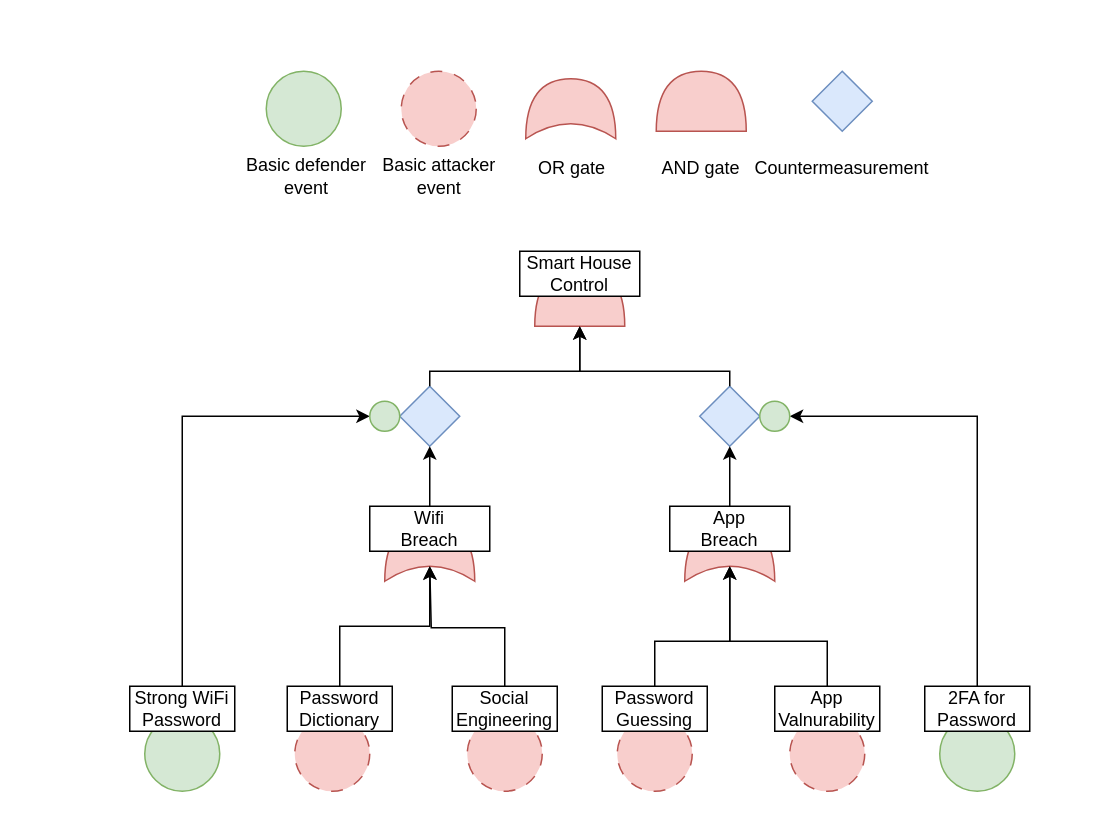
AplyQ8/SUBD keeps this draw.io diagram as Trivial_ADT_example.drawio. Above is the earlier version. Source tidied: cells renumbered, new cells numbered last; positions are measured from the earlier drawing's top-left corner, leaving out a move shared by most shapes. Both pictures are drawn from the tidied source at 150%, with x=0, y=0 at pixel (129, 56).
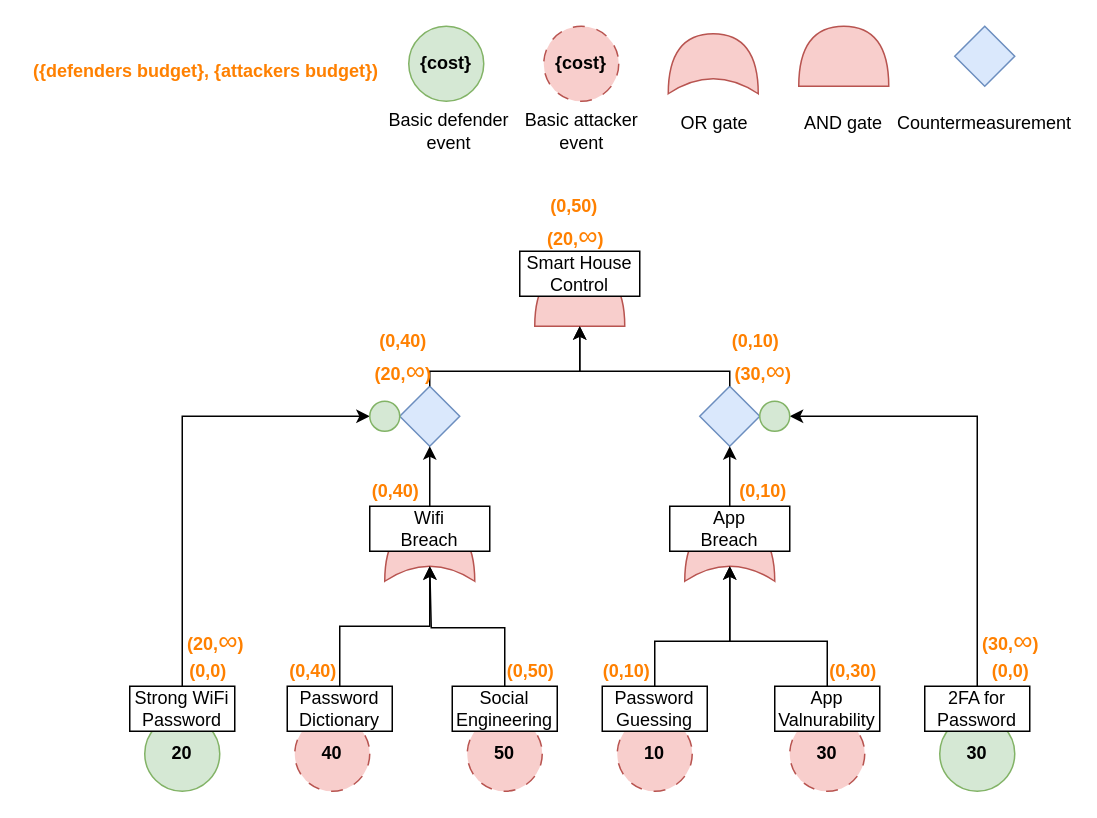
The same page after the edit.

What changed in the source:
```diff
@@
     <mxCell id="43" style="ellipse;whiteSpace=wrap;html=1;fillColor=#d5e8d4;strokeColor=#82b366;" parent="1" vertex="1">
-      <mxGeometry x="91" y="10" width="50" height="50" as="geometry" />
+      <mxGeometry x="186" y="-20" width="50" height="50" as="geometry" />
     </mxCell>
     <mxCell id="44" style="ellipse;whiteSpace=wrap;html=1;dashed=1;dashPattern=8 8;fillColor=#f8cecc;strokeColor=#b85450;" parent="1" vertex="1">
-      <mxGeometry x="181" y="10" width="50" height="50" as="geometry" />
+      <mxGeometry x="276" y="-20" width="50" height="50" as="geometry" />
     </mxCell>
     <mxCell id="45" style="shape=xor;whiteSpace=wrap;html=1;rotation=-90;fillColor=#f8cecc;strokeColor=#b85450;" parent="1" vertex="1">
-      <mxGeometry x="274" y="5" width="40" height="60" as="geometry" />
+      <mxGeometry x="369" y="-25" width="40" height="60" as="geometry" />
     </mxCell>
     <mxCell id="46" style="rhombus;whiteSpace=wrap;html=1;fillColor=#dae8fc;strokeColor=#6c8ebf;" parent="1" vertex="1">
-      <mxGeometry x="455" y="10" width="40" height="40" as="geometry" />
+      <mxGeometry x="550" y="-20" width="40" height="40" as="geometry" />
     </mxCell>
     <mxCell id="47" style="shape=or;whiteSpace=wrap;html=1;rotation=-90;fillColor=#f8cecc;strokeColor=#b85450;" parent="1" vertex="1">
-      <mxGeometry x="361" width="40" height="60" as="geometry" />
+      <mxGeometry x="456" y="-30" width="40" height="60" as="geometry" />
     </mxCell>
     <mxCell id="48" value="Basic defender event" style="text;html=1;align=center;verticalAlign=middle;whiteSpace=wrap;rounded=0;" parent="1" vertex="1">
-      <mxGeometry x="76" y="65" width="84" height="30" as="geometry" />
+      <mxGeometry x="171" y="35" width="84" height="30" as="geometry" />
     </mxCell>
     <mxCell id="49" value="Basic attacker event" style="text;html=1;align=center;verticalAlign=middle;whiteSpace=wrap;rounded=0;" parent="1" vertex="1">
-      <mxGeometry x="163.5" y="65" width="85" height="30" as="geometry" />
+      <mxGeometry x="258.5" y="35" width="85" height="30" as="geometry" />
     </mxCell>
     <mxCell id="50" value="OR gate" style="text;html=1;align=center;verticalAlign=middle;whiteSpace=wrap;rounded=0;" parent="1" vertex="1">
-      <mxGeometry x="265" y="60" width="60" height="30" as="geometry" />
+      <mxGeometry x="360" y="30" width="60" height="30" as="geometry" />
     </mxCell>
     <mxCell id="51" value="AND gate" style="text;html=1;align=center;verticalAlign=middle;whiteSpace=wrap;rounded=0;" parent="1" vertex="1">
-      <mxGeometry x="351" y="60" width="60" height="30" as="geometry" />
+      <mxGeometry x="446" y="30" width="60" height="30" as="geometry" />
     </mxCell>
     <mxCell id="52" value="Countermeasurement" style="text;html=1;align=center;verticalAlign=middle;whiteSpace=wrap;rounded=0;" parent="1" vertex="1">
-      <mxGeometry x="445" y="60" width="60" height="30" as="geometry" />
+      <mxGeometry x="540" y="30" width="60" height="30" as="geometry" />
     </mxCell>
+    <mxCell id="53" value="{cost}" style="text;html=1;align=center;verticalAlign=middle;whiteSpace=wrap;rounded=0;fontStyle=1;" parent="1" vertex="1">
+      <mxGeometry x="181" y="-10" width="60" height="30" as="geometry" />
+    </mxCell>
+    <mxCell id="54" value="{cost}" style="text;html=1;align=center;verticalAlign=middle;whiteSpace=wrap;rounded=0;fontStyle=1;" parent="1" vertex="1">
+      <mxGeometry x="271" y="-10" width="60" height="30" as="geometry" />
+    </mxCell>
+    <mxCell id="55" value="&lt;b&gt;&lt;font style=&quot;color: rgb(255, 128, 0);&quot;&gt;({defenders budget}, {attackers budget})&lt;/font&gt;&lt;/b&gt;" style="text;html=1;align=center;verticalAlign=middle;whiteSpace=wrap;rounded=0;" parent="1" vertex="1">
+      <mxGeometry x="-69" y="-10" width="240" height="40" as="geometry" />
+    </mxCell>
+    <mxCell id="56" value="20" style="text;html=1;align=center;verticalAlign=middle;whiteSpace=wrap;rounded=0;fontStyle=1;" parent="1" vertex="1">
+      <mxGeometry x="5" y="450" width="60" height="30" as="geometry" />
+    </mxCell>
+    <mxCell id="57" value="30" style="text;html=1;align=center;verticalAlign=middle;whiteSpace=wrap;rounded=0;fontStyle=1;" parent="1" vertex="1">
+      <mxGeometry x="535" y="450" width="60" height="30" as="geometry" />
+    </mxCell>
+    <mxCell id="58" value="40" style="text;html=1;align=center;verticalAlign=middle;whiteSpace=wrap;rounded=0;fontStyle=1;" parent="1" vertex="1">
+      <mxGeometry x="105" y="450" width="60" height="30" as="geometry" />
+    </mxCell>
+    <mxCell id="59" value="50" style="text;html=1;align=center;verticalAlign=middle;whiteSpace=wrap;rounded=0;fontStyle=1;" parent="1" vertex="1">
+      <mxGeometry x="220" y="450" width="60" height="30" as="geometry" />
+    </mxCell>
+    <mxCell id="60" value="10" style="text;html=1;align=center;verticalAlign=middle;whiteSpace=wrap;rounded=0;fontStyle=1;" parent="1" vertex="1">
+      <mxGeometry x="320" y="450" width="60" height="30" as="geometry" />
+    </mxCell>
+    <mxCell id="61" value="30" style="text;html=1;align=center;verticalAlign=middle;whiteSpace=wrap;rounded=0;fontStyle=1;" parent="1" vertex="1">
+      <mxGeometry x="435" y="450" width="60" height="30" as="geometry" />
+    </mxCell>
+    <mxCell id="62" value="&lt;b&gt;&lt;font style=&quot;color: rgb(255, 128, 0);&quot;&gt;(0,40)&lt;/font&gt;&lt;/b&gt;" style="text;html=1;align=center;verticalAlign=middle;whiteSpace=wrap;rounded=0;" parent="1" vertex="1">
+      <mxGeometry x="105" y="390" width="35" height="40" as="geometry" />
+    </mxCell>
+    <mxCell id="63" value="&lt;b&gt;&lt;font style=&quot;color: rgb(255, 128, 0);&quot;&gt;(0,50)&lt;/font&gt;&lt;/b&gt;" style="text;html=1;align=center;verticalAlign=middle;whiteSpace=wrap;rounded=0;" parent="1" vertex="1">
+      <mxGeometry x="250" y="390" width="35" height="40" as="geometry" />
+    </mxCell>
+    <mxCell id="64" value="&lt;b&gt;&lt;font style=&quot;color: rgb(255, 128, 0);&quot;&gt;(0,10)&lt;/font&gt;&lt;/b&gt;" style="text;html=1;align=center;verticalAlign=middle;whiteSpace=wrap;rounded=0;" parent="1" vertex="1">
+      <mxGeometry x="314" y="390" width="35" height="40" as="geometry" />
+    </mxCell>
+    <mxCell id="65" value="&lt;b&gt;&lt;font style=&quot;color: rgb(255, 128, 0);&quot;&gt;(0,30)&lt;/font&gt;&lt;/b&gt;" style="text;html=1;align=center;verticalAlign=middle;whiteSpace=wrap;rounded=0;" parent="1" vertex="1">
+      <mxGeometry x="465" y="390" width="35" height="40" as="geometry" />
+    </mxCell>
+    <mxCell id="66" value="&lt;b&gt;&lt;font style=&quot;color: rgb(255, 128, 0);&quot;&gt;(0,40)&lt;/font&gt;&lt;/b&gt;" style="text;html=1;align=center;verticalAlign=middle;whiteSpace=wrap;rounded=0;" parent="1" vertex="1">
+      <mxGeometry x="160" y="270" width="35" height="40" as="geometry" />
+    </mxCell>
+    <mxCell id="67" value="&lt;b&gt;&lt;font style=&quot;color: rgb(255, 128, 0);&quot;&gt;(0,10)&lt;/font&gt;&lt;/b&gt;" style="text;html=1;align=center;verticalAlign=middle;whiteSpace=wrap;rounded=0;" parent="1" vertex="1">
+      <mxGeometry x="405" y="270" width="35" height="40" as="geometry" />
+    </mxCell>
+    <mxCell id="68" value="&lt;b&gt;&lt;font style=&quot;color: rgb(255, 128, 0);&quot;&gt;(0,40)&lt;/font&gt;&lt;/b&gt;" style="text;html=1;align=center;verticalAlign=middle;whiteSpace=wrap;rounded=0;" parent="1" vertex="1">
+      <mxGeometry x="165" y="170" width="35" height="40" as="geometry" />
+    </mxCell>
+    <mxCell id="69" value="&lt;b&gt;&lt;font style=&quot;color: rgb(255, 128, 0);&quot;&gt;(20,&lt;/font&gt;&lt;/b&gt;&lt;span style=&quot;font-size: 18px; text-align: start;&quot;&gt;&lt;font face=&quot;Helvetica&quot; style=&quot;color: rgb(255, 128, 0);&quot;&gt;∞&lt;/font&gt;&lt;/span&gt;&lt;b&gt;&lt;font style=&quot;color: rgb(255, 128, 0);&quot;&gt;)&lt;/font&gt;&lt;/b&gt;" style="text;html=1;align=center;verticalAlign=middle;whiteSpace=wrap;rounded=0;" parent="1" vertex="1">
+      <mxGeometry x="165" y="190" width="35" height="40" as="geometry" />
+    </mxCell>
+    <mxCell id="70" value="&lt;b&gt;&lt;font style=&quot;color: rgb(255, 128, 0);&quot;&gt;(0,10)&lt;/font&gt;&lt;/b&gt;" style="text;html=1;align=center;verticalAlign=middle;whiteSpace=wrap;rounded=0;" parent="1" vertex="1">
+      <mxGeometry x="400" y="170" width="35" height="40" as="geometry" />
+    </mxCell>
+    <mxCell id="71" value="&lt;b&gt;&lt;font style=&quot;color: rgb(255, 128, 0);&quot;&gt;(30,&lt;/font&gt;&lt;/b&gt;&lt;span style=&quot;font-size: 18px; text-align: start;&quot;&gt;&lt;font face=&quot;Helvetica&quot; style=&quot;color: rgb(255, 128, 0);&quot;&gt;∞&lt;/font&gt;&lt;/span&gt;&lt;b&gt;&lt;font style=&quot;color: rgb(255, 128, 0);&quot;&gt;)&lt;/font&gt;&lt;/b&gt;" style="text;html=1;align=center;verticalAlign=middle;whiteSpace=wrap;rounded=0;" parent="1" vertex="1">
+      <mxGeometry x="405" y="190" width="35" height="40" as="geometry" />
+    </mxCell>
+    <mxCell id="72" value="&lt;b&gt;&lt;font style=&quot;color: rgb(255, 128, 0);&quot;&gt;(0,50)&lt;/font&gt;&lt;/b&gt;" style="text;html=1;align=center;verticalAlign=middle;whiteSpace=wrap;rounded=0;" parent="1" vertex="1">
+      <mxGeometry x="279" y="80" width="35" height="40" as="geometry" />
+    </mxCell>
+    <mxCell id="73" value="&lt;b&gt;&lt;font style=&quot;color: rgb(255, 128, 0);&quot;&gt;(20,&lt;/font&gt;&lt;/b&gt;&lt;span style=&quot;font-size: 18px; text-align: start;&quot;&gt;&lt;font face=&quot;Helvetica&quot; style=&quot;color: rgb(255, 128, 0);&quot;&gt;∞&lt;/font&gt;&lt;/span&gt;&lt;b&gt;&lt;font style=&quot;color: rgb(255, 128, 0);&quot;&gt;)&lt;/font&gt;&lt;/b&gt;" style="text;html=1;align=center;verticalAlign=middle;whiteSpace=wrap;rounded=0;" parent="1" vertex="1">
+      <mxGeometry x="280" y="100" width="35" height="40" as="geometry" />
+    </mxCell>
+    <mxCell id="74" value="&lt;b&gt;&lt;font style=&quot;color: rgb(255, 128, 0);&quot;&gt;(0,0)&lt;/font&gt;&lt;/b&gt;" style="text;html=1;align=center;verticalAlign=middle;whiteSpace=wrap;rounded=0;" parent="1" vertex="1">
+      <mxGeometry x="35" y="390" width="35" height="40" as="geometry" />
+    </mxCell>
+    <mxCell id="75" value="&lt;b&gt;&lt;font style=&quot;color: rgb(255, 128, 0);&quot;&gt;(0,0)&lt;/font&gt;&lt;/b&gt;" style="text;html=1;align=center;verticalAlign=middle;whiteSpace=wrap;rounded=0;" parent="1" vertex="1">
+      <mxGeometry x="570" y="390" width="35" height="40" as="geometry" />
+    </mxCell>
+    <mxCell id="76" value="&lt;b&gt;&lt;font style=&quot;color: rgb(255, 128, 0);&quot;&gt;(20,&lt;/font&gt;&lt;/b&gt;&lt;span style=&quot;font-size: 18px; text-align: start;&quot;&gt;&lt;font face=&quot;Helvetica&quot; style=&quot;color: rgb(255, 128, 0);&quot;&gt;∞&lt;/font&gt;&lt;/span&gt;&lt;b&gt;&lt;font style=&quot;color: rgb(255, 128, 0);&quot;&gt;)&lt;/font&gt;&lt;/b&gt;" style="text;html=1;align=center;verticalAlign=middle;whiteSpace=wrap;rounded=0;" parent="1" vertex="1">
+      <mxGeometry x="40" y="370" width="35" height="40" as="geometry" />
+    </mxCell>
+    <mxCell id="77" value="&lt;b&gt;&lt;font style=&quot;color: rgb(255, 128, 0);&quot;&gt;(30,&lt;/font&gt;&lt;/b&gt;&lt;span style=&quot;font-size: 18px; text-align: start;&quot;&gt;&lt;font face=&quot;Helvetica&quot; style=&quot;color: rgb(255, 128, 0);&quot;&gt;∞&lt;/font&gt;&lt;/span&gt;&lt;b&gt;&lt;font style=&quot;color: rgb(255, 128, 0);&quot;&gt;)&lt;/font&gt;&lt;/b&gt;" style="text;html=1;align=center;verticalAlign=middle;whiteSpace=wrap;rounded=0;" parent="1" vertex="1">
+      <mxGeometry x="570" y="370" width="35" height="40" as="geometry" />
+    </mxCell>
```
